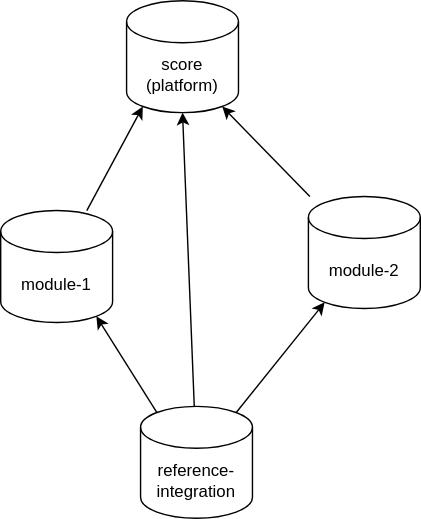
eclipse-score/score keeps this draw.io diagram as docs/_tooling/decision-records/_assets/multirepo_setup.drawio.svg. Above is the earlier version. Source tidied: cells renumbered, new cells last; positions are measured from the earlier drawing's top-left corner, leaving out a move shared by most shapes.
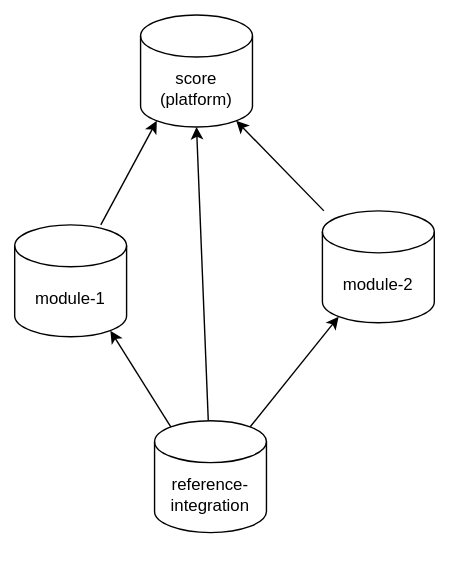
After the commit.

The edit, as a diff of the source:
```diff
@@ -2,6 +2,9 @@
   <root>
     <mxCell id="0" />
     <mxCell id="1" parent="0" />
+    <mxCell id="11" style="rounded=0;whiteSpace=wrap;html=1;strokeColor=none;" parent="1" vertex="1">
+      <mxGeometry x="-10" y="-10" width="320" height="400" as="geometry" />
+    </mxCell>
     <mxCell id="2" value="score (platform)" style="shape=cylinder3;whiteSpace=wrap;html=1;boundedLbl=1;backgroundOutline=1;size=15;" parent="1" vertex="1">
       <mxGeometry x="90" width="80" height="80" as="geometry" />
     </mxCell>
```
